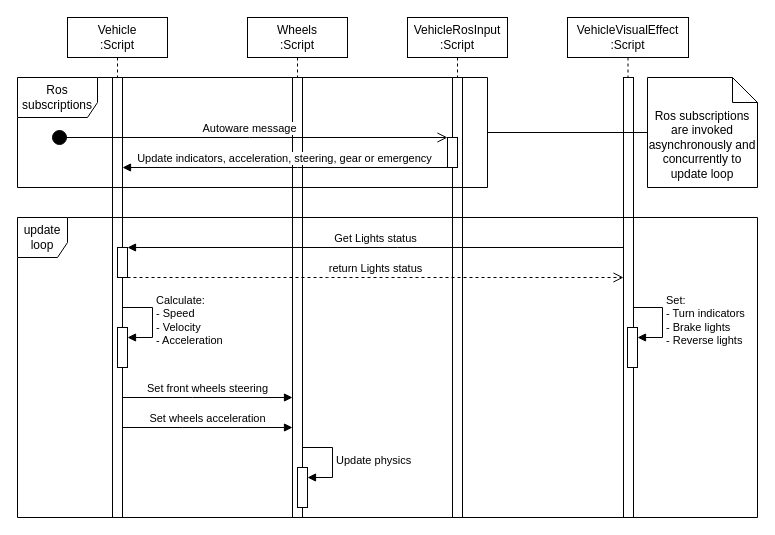
tier4/AWSIM keeps this draw.io diagram as docs/UserGuide/ProjectGuide/Components/EgoVehicle/ego_vehicle_sequence.drawio. Above is the earlier version. Source tidied: cells renumbered, new cells numbered last; positions are measured from the earlier drawing's top-left corner, leaving out a move shared by most shapes. Both pictures are drawn from the tidied source at 100%, with x=0, y=0 at pixel (17, 17).
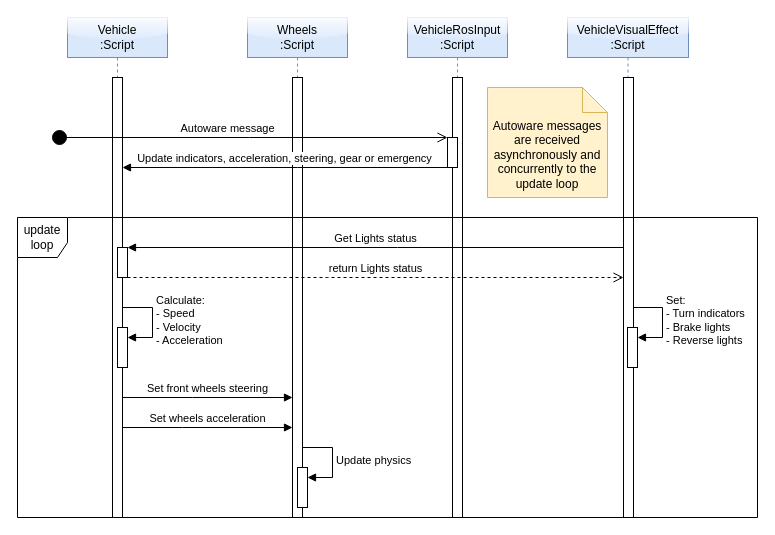
The same diagram, later.

Commit message (it also covers changes not shown here):
Improve 'Ego Vehicle' diagrams

What changed in the source:
```diff
@@
-    <mxCell id="2" value="&lt;div&gt;Vehicle&lt;/div&gt;&lt;div&gt;:Script&lt;br&gt;&lt;/div&gt;" style="shape=umlLifeline;perimeter=lifelinePerimeter;whiteSpace=wrap;html=1;newEdgeStyle={&quot;edgeStyle&quot;:&quot;elbowEdgeStyle&quot;,&quot;elbow&quot;:&quot;vertical&quot;,&quot;curved&quot;:0,&quot;rounded&quot;:0};" parent="1" vertex="1">
+    <mxCell id="2" value="&lt;div&gt;Vehicle&lt;/div&gt;&lt;div&gt;:Script&lt;br&gt;&lt;/div&gt;" style="shape=umlLifeline;perimeter=lifelinePerimeter;whiteSpace=wrap;html=1;newEdgeStyle={&quot;edgeStyle&quot;:&quot;elbowEdgeStyle&quot;,&quot;elbow&quot;:&quot;vertical&quot;,&quot;curved&quot;:0,&quot;rounded&quot;:0};fillColor=#dae8fc;strokeColor=#6c8ebf;glass=1;" parent="1" vertex="1">
       <mxGeometry x="50" width="100" height="500" as="geometry" />
     </mxCell>
@@
-    <mxCell id="4" value="&lt;div&gt;VehicleRosInput&lt;/div&gt;&lt;div&gt;:Script&lt;br&gt;&lt;/div&gt;" style="shape=umlLifeline;perimeter=lifelinePerimeter;whiteSpace=wrap;html=1;newEdgeStyle={&quot;edgeStyle&quot;:&quot;elbowEdgeStyle&quot;,&quot;elbow&quot;:&quot;vertical&quot;,&quot;curved&quot;:0,&quot;rounded&quot;:0};" parent="1" vertex="1">
+    <mxCell id="4" value="&lt;div&gt;VehicleRosInput&lt;/div&gt;&lt;div&gt;:Script&lt;br&gt;&lt;/div&gt;" style="shape=umlLifeline;perimeter=lifelinePerimeter;whiteSpace=wrap;html=1;newEdgeStyle={&quot;edgeStyle&quot;:&quot;elbowEdgeStyle&quot;,&quot;elbow&quot;:&quot;vertical&quot;,&quot;curved&quot;:0,&quot;rounded&quot;:0};fillColor=#dae8fc;strokeColor=#6c8ebf;glass=1;" parent="1" vertex="1">
       <mxGeometry x="390" width="100" height="500" as="geometry" />
     </mxCell>
@@
-    <mxCell id="6" value="&lt;div&gt;Wheels&lt;/div&gt;:Script" style="shape=umlLifeline;perimeter=lifelinePerimeter;whiteSpace=wrap;html=1;newEdgeStyle={&quot;edgeStyle&quot;:&quot;elbowEdgeStyle&quot;,&quot;elbow&quot;:&quot;vertical&quot;,&quot;curved&quot;:0,&quot;rounded&quot;:0};" parent="1" vertex="1">
+    <mxCell id="6" value="&lt;div&gt;Wheels&lt;/div&gt;:Script" style="shape=umlLifeline;perimeter=lifelinePerimeter;whiteSpace=wrap;html=1;newEdgeStyle={&quot;edgeStyle&quot;:&quot;elbowEdgeStyle&quot;,&quot;elbow&quot;:&quot;vertical&quot;,&quot;curved&quot;:0,&quot;rounded&quot;:0};fillColor=#dae8fc;strokeColor=#6c8ebf;glass=1;" parent="1" vertex="1">
       <mxGeometry x="230" width="100" height="500" as="geometry" />
     </mxCell>
@@
-    <mxCell id="8" value="&lt;div&gt;VehicleVisualEffect&lt;/div&gt;&lt;div&gt;:Script&lt;br&gt;&lt;/div&gt;" style="shape=umlLifeline;perimeter=lifelinePerimeter;whiteSpace=wrap;html=1;newEdgeStyle={&quot;edgeStyle&quot;:&quot;elbowEdgeStyle&quot;,&quot;elbow&quot;:&quot;vertical&quot;,&quot;curved&quot;:0,&quot;rounded&quot;:0};" parent="1" vertex="1">
+    <mxCell id="8" value="&lt;div&gt;VehicleVisualEffect&lt;/div&gt;&lt;div&gt;:Script&lt;br&gt;&lt;/div&gt;" style="shape=umlLifeline;perimeter=lifelinePerimeter;whiteSpace=wrap;html=1;newEdgeStyle={&quot;edgeStyle&quot;:&quot;elbowEdgeStyle&quot;,&quot;elbow&quot;:&quot;vertical&quot;,&quot;curved&quot;:0,&quot;rounded&quot;:0};fillColor=#dae8fc;strokeColor=#6c8ebf;glass=1;" parent="1" vertex="1">
       <mxGeometry x="550" width="121" height="500" as="geometry" />
     </mxCell>
@@
-    <mxCell id="19" style="edgeStyle=orthogonalEdgeStyle;rounded=0;jettySize=auto;html=1;entryX=0;entryY=0.5;entryDx=0;entryDy=0;entryPerimeter=0;endArrow=none;endFill=0;" parent="1" edge="1" source="20" target="27">
-      <mxGeometry relative="1" as="geometry" />
-    </mxCell>
-    <mxCell id="20" value="Ros subscriptions" style="shape=umlFrame;whiteSpace=wrap;html=1;width=80;height=40;" parent="1" vertex="1">
-      <mxGeometry y="60" width="470" height="110" as="geometry" />
-    </mxCell>
-    <mxCell id="21" style="html=1;points=[];perimeter=orthogonalPerimeter;outlineConnect=0;targetShapes=umlLifeline;portConstraint=eastwest;newEdgeStyle={&quot;edgeStyle&quot;:&quot;elbowEdgeStyle&quot;,&quot;elbow&quot;:&quot;vertical&quot;,&quot;curved&quot;:0,&quot;rounded&quot;:0};" parent="20" vertex="1">
-      <mxGeometry x="430" y="60" width="10" height="30" as="geometry" />
-    </mxCell>
-    <mxCell id="22" value="Autoware message" style="html=1;verticalAlign=bottom;startArrow=circle;startFill=1;endArrow=open;startSize=6;endSize=8;edgeStyle=elbowEdgeStyle;elbow=vertical;curved=0;rounded=0;" parent="20" edge="1">
-      <mxGeometry relative="1" as="geometry">
-        <mxPoint x="34" y="60" as="sourcePoint" />
-        <mxPoint x="430" y="60" as="targetPoint" />
-      </mxGeometry>
-    </mxCell>
@@
-    <mxCell id="27" value="Ros subscriptions are invoked asynchronously and concurrently to update loop" style="shape=note2;boundedLbl=1;whiteSpace=wrap;html=1;size=25;verticalAlign=top;align=center;" parent="1" vertex="1">
-      <mxGeometry x="630" y="60" width="110" height="110" as="geometry" />
-    </mxCell>
+    <mxCell id="21" style="html=1;points=[];perimeter=orthogonalPerimeter;outlineConnect=0;targetShapes=umlLifeline;portConstraint=eastwest;newEdgeStyle={&quot;edgeStyle&quot;:&quot;elbowEdgeStyle&quot;,&quot;elbow&quot;:&quot;vertical&quot;,&quot;curved&quot;:0,&quot;rounded&quot;:0};" parent="1" vertex="1">
+      <mxGeometry x="430" y="120" width="10" height="30" as="geometry" />
+    </mxCell>
+    <mxCell id="22" value="Autoware message" style="html=1;verticalAlign=bottom;startArrow=circle;startFill=1;endArrow=open;startSize=6;endSize=8;edgeStyle=elbowEdgeStyle;elbow=vertical;curved=0;rounded=0;" parent="1" edge="1">
+      <mxGeometry x="-0.11" relative="1" as="geometry">
+        <mxPoint x="34" y="120" as="sourcePoint" />
+        <mxPoint x="430" y="120" as="targetPoint" />
+      </mxGeometry>
+    </mxCell>
+    <mxCell id="28" value="Autoware messages are received asynchronously and concurrently to the update loop" style="shape=note2;boundedLbl=1;whiteSpace=wrap;html=1;size=25;verticalAlign=top;align=center;fillColor=#fff2cc;strokeColor=#d6b656;" parent="1" vertex="1">
+      <mxGeometry x="470" y="70" width="120" height="110" as="geometry" />
+    </mxCell>
```
